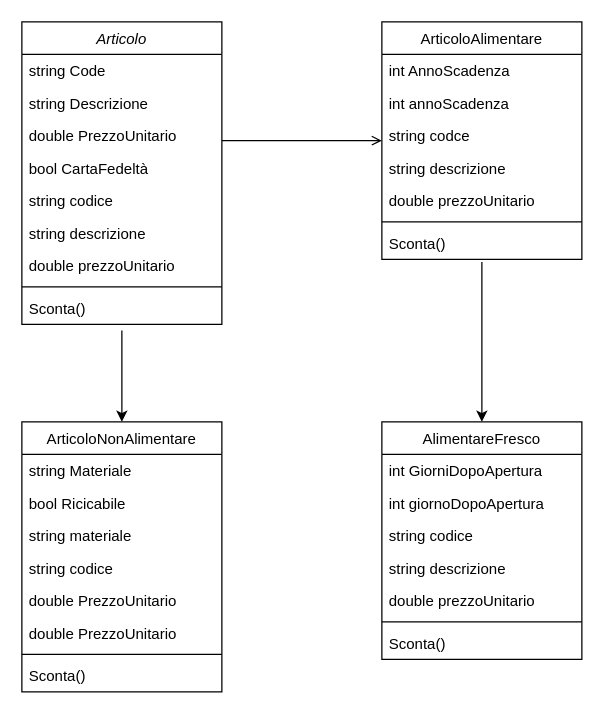
Earlier version of the draw.io diagram articoli.drawio (Conti-Matteo/esArticoli). Source tidied: cells renumbered, new cells numbered last; positions are measured from the earlier drawing's top-left corner, leaving out a move shared by most shapes. Both pictures are drawn from the tidied source at 125%, with x=0, y=0 at pixel (21, 21).
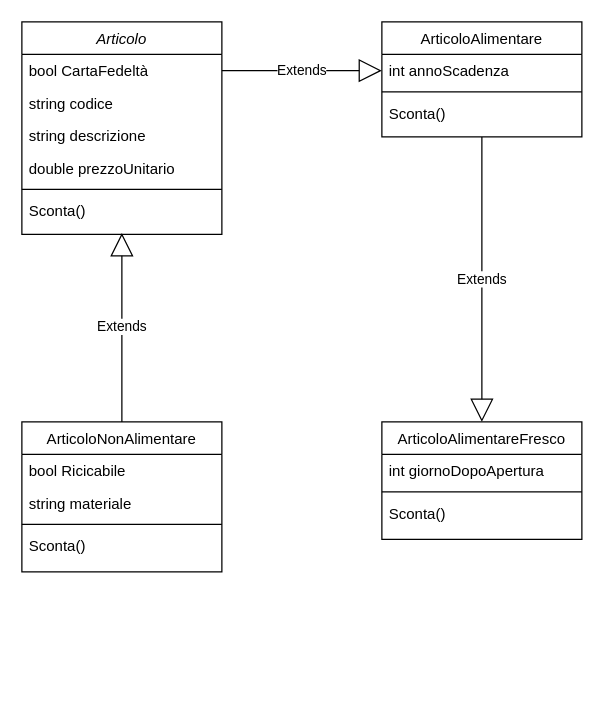
The same page after the edit.

What changed in the source:
```diff
@@
     <mxCell id="2" value="Articolo" style="swimlane;fontStyle=2;align=center;verticalAlign=top;horizontal=1;startSize=26;rounded=0;shadow=0;strokeWidth=1;" parent="1" vertex="1">
-      <mxGeometry width="160" height="242" as="geometry" />
+      <mxGeometry width="160" height="170" as="geometry" />
     </mxCell>
-    <mxCell id="3" value="string Code" style="text;align=left;verticalAlign=top;spacingLeft=4;spacingRight=4;overflow=hidden;" parent="2" vertex="1">
-      <mxGeometry y="26" width="160" height="26" as="geometry" />
-    </mxCell>
-    <mxCell id="4" value="string Descrizione" style="text;align=left;verticalAlign=top;spacingLeft=4;spacingRight=4;overflow=hidden;rounded=0;shadow=0;html=0;" parent="2" vertex="1">
-      <mxGeometry y="52" width="160" height="26" as="geometry" />
-    </mxCell>
-    <mxCell id="5" value="double PrezzoUnitario&#10;" style="text;align=left;verticalAlign=top;spacingLeft=4;spacingRight=4;overflow=hidden;rounded=0;shadow=0;html=0;" parent="2" vertex="1">
-      <mxGeometry y="78" width="160" height="26" as="geometry" />
-    </mxCell>
     <mxCell id="6" value="bool CartaFedeltà" style="text;align=left;verticalAlign=top;spacingLeft=4;spacingRight=4;overflow=hidden;points=[[0,0.5],[1,0.5]];portConstraint=eastwest;rounded=0;shadow=0;html=0;" parent="2" vertex="1">
-      <mxGeometry y="104" width="160" height="26" as="geometry" />
+      <mxGeometry y="26" width="160" height="26" as="geometry" />
     </mxCell>
     <mxCell id="7" value="string codice" style="text;align=left;verticalAlign=top;spacingLeft=4;spacingRight=4;overflow=hidden;rounded=0;shadow=0;html=0;" parent="2" vertex="1">
-      <mxGeometry y="130" width="160" height="26" as="geometry" />
+      <mxGeometry y="52" width="160" height="26" as="geometry" />
     </mxCell>
     <mxCell id="8" value="string descrizione" style="text;align=left;verticalAlign=top;spacingLeft=4;spacingRight=4;overflow=hidden;rounded=0;shadow=0;html=0;" parent="2" vertex="1">
-      <mxGeometry y="156" width="160" height="26" as="geometry" />
+      <mxGeometry y="78" width="160" height="26" as="geometry" />
     </mxCell>
     <mxCell id="9" value="double prezzoUnitario&#10;" style="text;align=left;verticalAlign=top;spacingLeft=4;spacingRight=4;overflow=hidden;rounded=0;shadow=0;html=0;" parent="2" vertex="1">
-      <mxGeometry y="182" width="160" height="26" as="geometry" />
+      <mxGeometry y="104" width="160" height="26" as="geometry" />
     </mxCell>
     <mxCell id="10" style="line;html=1;strokeWidth=1;align=left;verticalAlign=middle;spacingTop=-1;spacingLeft=3;spacingRight=3;labelPosition=right;" parent="2" vertex="1">
-      <mxGeometry y="208" width="160" height="8" as="geometry" />
+      <mxGeometry y="130" width="160" height="8" as="geometry" />
     </mxCell>
     <mxCell id="11" value="Sconta()" style="text;align=left;verticalAlign=top;spacingLeft=4;spacingRight=4;overflow=hidden;points=[[0,0.5],[1,0.5]];portConstraint=eastwest;" parent="2" vertex="1">
-      <mxGeometry y="216" width="160" height="26" as="geometry" />
+      <mxGeometry y="138" width="160" height="26" as="geometry" />
     </mxCell>
     <mxCell id="12" value="ArticoloNonAlimentare" style="swimlane;fontStyle=0;align=center;verticalAlign=top;horizontal=1;startSize=26;rounded=0;shadow=0;strokeWidth=1;" parent="1" vertex="1">
-      <mxGeometry y="320" width="160" height="216" as="geometry" />
+      <mxGeometry y="320" width="160" height="120" as="geometry" />
     </mxCell>
-    <mxCell id="13" value="string Materiale" style="text;align=left;verticalAlign=top;spacingLeft=4;spacingRight=4;overflow=hidden;" parent="12" vertex="1">
-      <mxGeometry y="26" width="160" height="26" as="geometry" />
-    </mxCell>
     <mxCell id="14" value="bool Ricicabile" style="text;align=left;verticalAlign=top;spacingLeft=4;spacingRight=4;overflow=hidden;rounded=0;shadow=0;html=0;" parent="12" vertex="1">
-      <mxGeometry y="52" width="160" height="26" as="geometry" />
+      <mxGeometry y="26" width="160" height="26" as="geometry" />
     </mxCell>
     <mxCell id="15" value="string materiale" style="text;align=left;verticalAlign=top;spacingLeft=4;spacingRight=4;overflow=hidden;rounded=0;shadow=0;html=0;" parent="12" vertex="1">
-      <mxGeometry y="78" width="160" height="26" as="geometry" />
+      <mxGeometry y="52" width="160" height="26" as="geometry" />
     </mxCell>
-    <mxCell id="16" value="string codice" style="text;align=left;verticalAlign=top;spacingLeft=4;spacingRight=4;overflow=hidden;rounded=0;shadow=0;html=0;" parent="12" vertex="1">
-      <mxGeometry y="104" width="160" height="26" as="geometry" />
-    </mxCell>
-    <mxCell id="17" value="double PrezzoUnitario&#10;" style="text;align=left;verticalAlign=top;spacingLeft=4;spacingRight=4;overflow=hidden;rounded=0;shadow=0;html=0;" parent="12" vertex="1">
-      <mxGeometry y="130" width="160" height="26" as="geometry" />
-    </mxCell>
-    <mxCell id="18" value="double PrezzoUnitario&#10;" style="text;align=left;verticalAlign=top;spacingLeft=4;spacingRight=4;overflow=hidden;rounded=0;shadow=0;html=0;" parent="12" vertex="1">
-      <mxGeometry y="156" width="160" height="26" as="geometry" />
-    </mxCell>
     <mxCell id="19" style="line;html=1;strokeWidth=1;align=left;verticalAlign=middle;spacingTop=-1;spacingLeft=3;spacingRight=3;labelPosition=right;" parent="12" vertex="1">
-      <mxGeometry y="182" width="160" height="8" as="geometry" />
+      <mxGeometry y="78" width="160" height="8" as="geometry" />
     </mxCell>
     <mxCell id="20" value="Sconta()" style="text;align=left;verticalAlign=top;spacingLeft=4;spacingRight=4;overflow=hidden;" parent="12" vertex="1">
-      <mxGeometry y="190" width="160" height="26" as="geometry" />
+      <mxGeometry y="86" width="160" height="34" as="geometry" />
     </mxCell>
-    <mxCell id="21" value="AlimentareFresco" style="swimlane;fontStyle=0;align=center;verticalAlign=top;horizontal=1;startSize=26;rounded=0;shadow=0;strokeWidth=1;" parent="1" vertex="1">
-      <mxGeometry x="288" y="320" width="160" height="190" as="geometry" />
+    <mxCell id="21" value="ArticoloAlimentareFresco" style="swimlane;fontStyle=0;align=center;verticalAlign=top;horizontal=1;startSize=26;rounded=0;shadow=0;strokeWidth=1;" parent="1" vertex="1">
+      <mxGeometry x="288" y="320" width="160" height="94" as="geometry" />
     </mxCell>
-    <mxCell id="22" value="int GiorniDopoApertura" style="text;align=left;verticalAlign=top;spacingLeft=4;spacingRight=4;overflow=hidden;" parent="21" vertex="1">
-      <mxGeometry y="26" width="160" height="26" as="geometry" />
-    </mxCell>
     <mxCell id="23" value="int giornoDopoApertura" style="text;align=left;verticalAlign=top;spacingLeft=4;spacingRight=4;overflow=hidden;" parent="21" vertex="1">
-      <mxGeometry y="52" width="160" height="26" as="geometry" />
+      <mxGeometry y="26" width="160" height="26" as="geometry" />
     </mxCell>
-    <mxCell id="24" value="string codice" style="text;align=left;verticalAlign=top;spacingLeft=4;spacingRight=4;overflow=hidden;" parent="21" vertex="1">
-      <mxGeometry y="78" width="160" height="26" as="geometry" />
-    </mxCell>
-    <mxCell id="25" value="string descrizione" style="text;align=left;verticalAlign=top;spacingLeft=4;spacingRight=4;overflow=hidden;" parent="21" vertex="1">
-      <mxGeometry y="104" width="160" height="26" as="geometry" />
-    </mxCell>
-    <mxCell id="26" value="double prezzoUnitario" style="text;align=left;verticalAlign=top;spacingLeft=4;spacingRight=4;overflow=hidden;" parent="21" vertex="1">
-      <mxGeometry y="130" width="160" height="26" as="geometry" />
-    </mxCell>
     <mxCell id="27" style="line;html=1;strokeWidth=1;align=left;verticalAlign=middle;spacingTop=-1;spacingLeft=3;spacingRight=3;labelPosition=right;" parent="21" vertex="1">
-      <mxGeometry y="156" width="160" height="8" as="geometry" />
+      <mxGeometry y="52" width="160" height="8" as="geometry" />
     </mxCell>
     <mxCell id="28" value="Sconta()" style="text;align=left;verticalAlign=top;spacingLeft=4;spacingRight=4;overflow=hidden;" parent="21" vertex="1">
-      <mxGeometry y="164" width="160" height="26" as="geometry" />
+      <mxGeometry y="60" width="160" height="34" as="geometry" />
     </mxCell>
     <mxCell id="29" value="ArticoloAlimentare" style="swimlane;fontStyle=0;align=center;verticalAlign=top;horizontal=1;startSize=26;rounded=0;shadow=0;strokeWidth=1;" parent="1" vertex="1">
-      <mxGeometry x="288" width="160" height="190" as="geometry" />
+      <mxGeometry x="288" width="160" height="92" as="geometry" />
     </mxCell>
-    <mxCell id="30" value="int AnnoScadenza" style="text;align=left;verticalAlign=top;spacingLeft=4;spacingRight=4;overflow=hidden;" parent="29" vertex="1">
-      <mxGeometry y="26" width="160" height="26" as="geometry" />
-    </mxCell>
     <mxCell id="31" value="int annoScadenza" style="text;align=left;verticalAlign=top;spacingLeft=4;spacingRight=4;overflow=hidden;points=[[0,0.5],[1,0.5]];portConstraint=eastwest;rounded=0;shadow=0;html=0;" parent="29" vertex="1">
-      <mxGeometry y="52" width="160" height="26" as="geometry" />
+      <mxGeometry y="26" width="160" height="26" as="geometry" />
     </mxCell>
-    <mxCell id="32" value="string codce" style="text;align=left;verticalAlign=top;spacingLeft=4;spacingRight=4;overflow=hidden;rounded=0;shadow=0;html=0;" parent="29" vertex="1">
-      <mxGeometry y="78" width="160" height="26" as="geometry" />
-    </mxCell>
-    <mxCell id="33" value="string descrizione" style="text;align=left;verticalAlign=top;spacingLeft=4;spacingRight=4;overflow=hidden;rounded=0;shadow=0;html=0;" parent="29" vertex="1">
-      <mxGeometry y="104" width="160" height="26" as="geometry" />
-    </mxCell>
-    <mxCell id="34" value="double prezzoUnitario" style="text;align=left;verticalAlign=top;spacingLeft=4;spacingRight=4;overflow=hidden;rounded=0;shadow=0;html=0;" parent="29" vertex="1">
-      <mxGeometry y="130" width="160" height="26" as="geometry" />
-    </mxCell>
     <mxCell id="35" style="line;html=1;strokeWidth=1;align=left;verticalAlign=middle;spacingTop=-1;spacingLeft=3;spacingRight=3;labelPosition=right;" parent="29" vertex="1">
-      <mxGeometry y="156" width="160" height="8" as="geometry" />
+      <mxGeometry y="52" width="160" height="8" as="geometry" />
     </mxCell>
     <mxCell id="36" value="Sconta()" style="text;align=left;verticalAlign=top;spacingLeft=4;spacingRight=4;overflow=hidden;points=[[0,0.5],[1,0.5]];portConstraint=eastwest;" parent="29" vertex="1">
-      <mxGeometry y="164" width="160" height="26" as="geometry" />
+      <mxGeometry y="60" width="160" height="32" as="geometry" />
     </mxCell>
-    <mxCell id="37" style="endArrow=open;shadow=0;strokeWidth=1;rounded=0;endFill=1;edgeStyle=elbowEdgeStyle;elbow=vertical;" parent="1" edge="1" source="2" target="29">
-      <mxGeometry x="0.5" y="41" relative="1" as="geometry">
-        <mxPoint x="-40" y="32" as="offset" />
-      </mxGeometry>
-    </mxCell>
-    <mxCell id="38" style="endArrow=classic;html=1;rounded=0;entryX=0.5;entryY=0;entryDx=0;entryDy=0;entryPerimeter=0;exitX=0.5;exitY=1.192;exitDx=0;exitDy=0;exitPerimeter=0;" parent="1" edge="1" source="11" target="12">
-      <mxGeometry relative="1" as="geometry" />
-    </mxCell>
+    <mxCell id="40" value="Extends" style="endArrow=block;endSize=16;endFill=0;html=1;rounded=0;exitX=0.5;exitY=0;exitDx=0;exitDy=0;entryX=0.5;entryY=1.192;entryDx=0;entryDy=0;entryPerimeter=0;" parent="1" edge="1" source="12" target="11">
+      <mxGeometry relative="1" as="geometry" />
+    </mxCell>
+    <mxCell id="41" value="Extends" style="endArrow=block;endSize=16;endFill=0;html=1;rounded=0;exitX=1;exitY=0.5;exitDx=0;exitDy=0;entryX=0;entryY=0.5;entryDx=0;entryDy=0;" parent="1" edge="1" source="6" target="31">
+      <mxGeometry relative="1" as="geometry" />
+    </mxCell>
-    <mxCell id="39" style="endArrow=classic;html=1;rounded=0;exitX=0.5;exitY=1.077;exitDx=0;exitDy=0;exitPerimeter=0;entryX=0.5;entryY=0;entryDx=0;entryDy=0;" parent="1" edge="1" source="36" target="21">
+    <mxCell id="39" value="Extends" style="endArrow=block;endSize=16;endFill=0;html=1;rounded=0;exitX=0.5;exitY=1;exitDx=0;exitDy=0;entryX=0.5;entryY=0;entryDx=0;entryDy=0;exitPerimeter=0;" parent="1" edge="1" source="36" target="21">
       <mxGeometry relative="1" as="geometry" />
     </mxCell>
```
